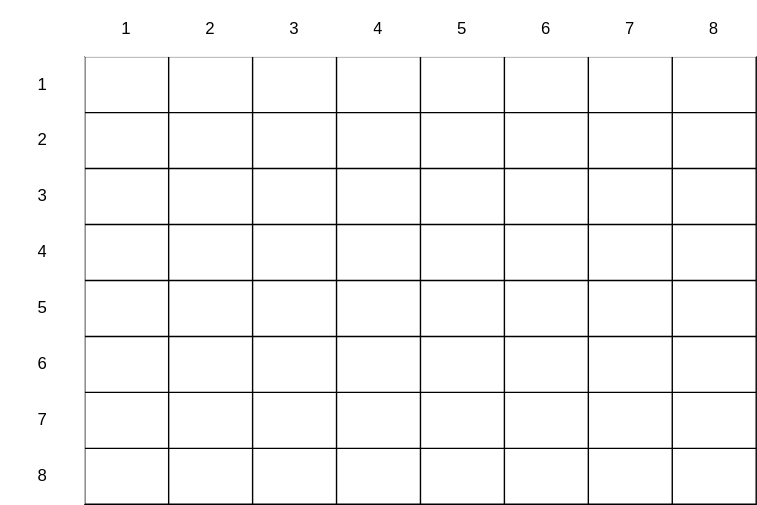
Above: Processamento de Imagens - Atividades do dia 2022-06-09-b.svg in mdmundo/diagrams (draw.io), before the change. Source tidied: cells renumbered, new cells last; positions are measured from the earlier drawing's top-left corner, leaving out a move shared by most shapes.
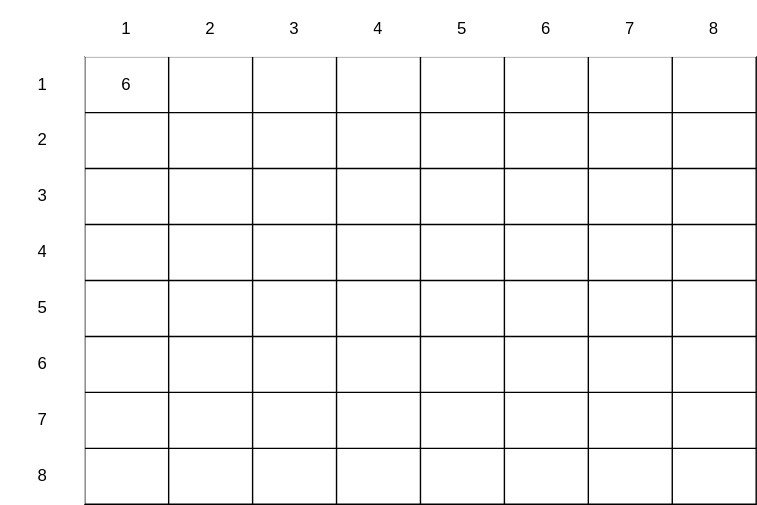
The same diagram one commit later.

The edit, as a diff of the source:
```diff
@@ -8,7 +8,7 @@
     <mxCell id="3" style="shape=tableRow;horizontal=0;startSize=0;swimlaneHead=0;swimlaneBody=0;top=0;left=0;bottom=0;right=0;fillColor=none;strokeColor=default;strokeWidth=1;" parent="2" vertex="1">
       <mxGeometry width="480" height="40" as="geometry" />
     </mxCell>
-    <mxCell id="4" style="shape=partialRectangle;html=1;whiteSpace=wrap;overflow=hidden;fillColor=none;top=0;left=0;bottom=0;right=0;strokeColor=default;strokeWidth=1;" parent="3" vertex="1">
+    <mxCell id="4" value="6" style="shape=partialRectangle;html=1;whiteSpace=wrap;overflow=hidden;fillColor=none;top=0;left=0;bottom=0;right=0;strokeColor=default;strokeWidth=1;" parent="3" vertex="1">
       <mxGeometry width="60" height="40" as="geometry" />
     </mxCell>
     <mxCell id="5" style="shape=partialRectangle;html=1;whiteSpace=wrap;overflow=hidden;fillColor=none;top=0;left=0;bottom=0;right=0;strokeColor=default;strokeWidth=1;" parent="3" vertex="1">
```
